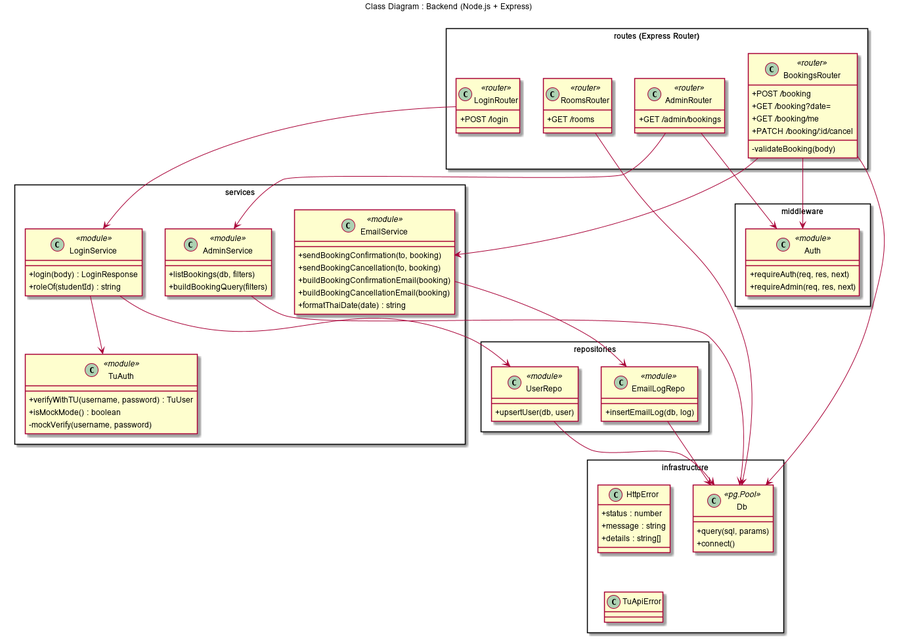
Before: docs/design/class-diagram.png, a diagram exported from PlantUML (niairi/cs261_650001_group8). Its source is kept beside it as docs/design/class-diagram.puml. The source it was exported from:
```plantuml
@startuml
skinparam defaultFontName Loma
skinparam defaultFontSize 12
skinparam classAttributeIconSize 0
skinparam packageStyle rectangle
title Class Diagram : Backend (Node.js + Express)

package "routes (Express Router)" {
  class LoginRouter <<router>> {
    + POST /login
  }
  class RoomsRouter <<router>> {
    + GET /rooms
  }
  class BookingsRouter <<router>> {
    + POST /booking
    + GET /booking?date=
    + GET /booking/me
    + PATCH /booking/:id/cancel
    - validateBooking(body)
  }
  class AdminRouter <<router>> {
    + GET /admin/bookings
  }
}

package "middleware" {
  class Auth <<module>> {
    + requireAuth(req, res, next)
    + requireAdmin(req, res, next)
  }
}

package "services" {
  class LoginService <<module>> {
    + login(body) : LoginResponse
    + roleOf(studentId) : string
  }
  class TuAuth <<module>> {
    + verifyWithTU(username, password) : TuUser
    + isMockMode() : boolean
    - mockVerify(username, password)
  }
  class EmailService <<module>> {
    + sendBookingConfirmation(to, booking)
    + sendBookingCancellation(to, booking)
    + buildBookingConfirmationEmail(booking)
    + buildBookingCancellationEmail(booking)
    + formatThaiDate(date) : string
  }
  class AdminService <<module>> {
    + listBookings(db, filters)
    + buildBookingQuery(filters)
  }
}

package "repositories" {
  class UserRepo <<module>> {
    + upsertUser(db, user)
  }
  class EmailLogRepo <<module>> {
    + insertEmailLog(db, log)
  }
}

package "infrastructure" {
  class Db <<pg.Pool>> {
    + query(sql, params)
    + connect()
  }
  class HttpError {
    + status : number
    + message : string
    + details : string[]
  }
  class TuApiError
}

LoginRouter --> LoginService
LoginService --> TuAuth
LoginService --> UserRepo
BookingsRouter --> Auth
BookingsRouter --> EmailService
BookingsRouter --> Db
RoomsRouter --> Db
AdminRouter --> Auth
AdminRouter --> AdminService
AdminService --> Db
EmailService --> EmailLogRepo
UserRepo --> Db
EmailLogRepo --> Db
HttpError -[hidden]- TuApiError
@enduml
```
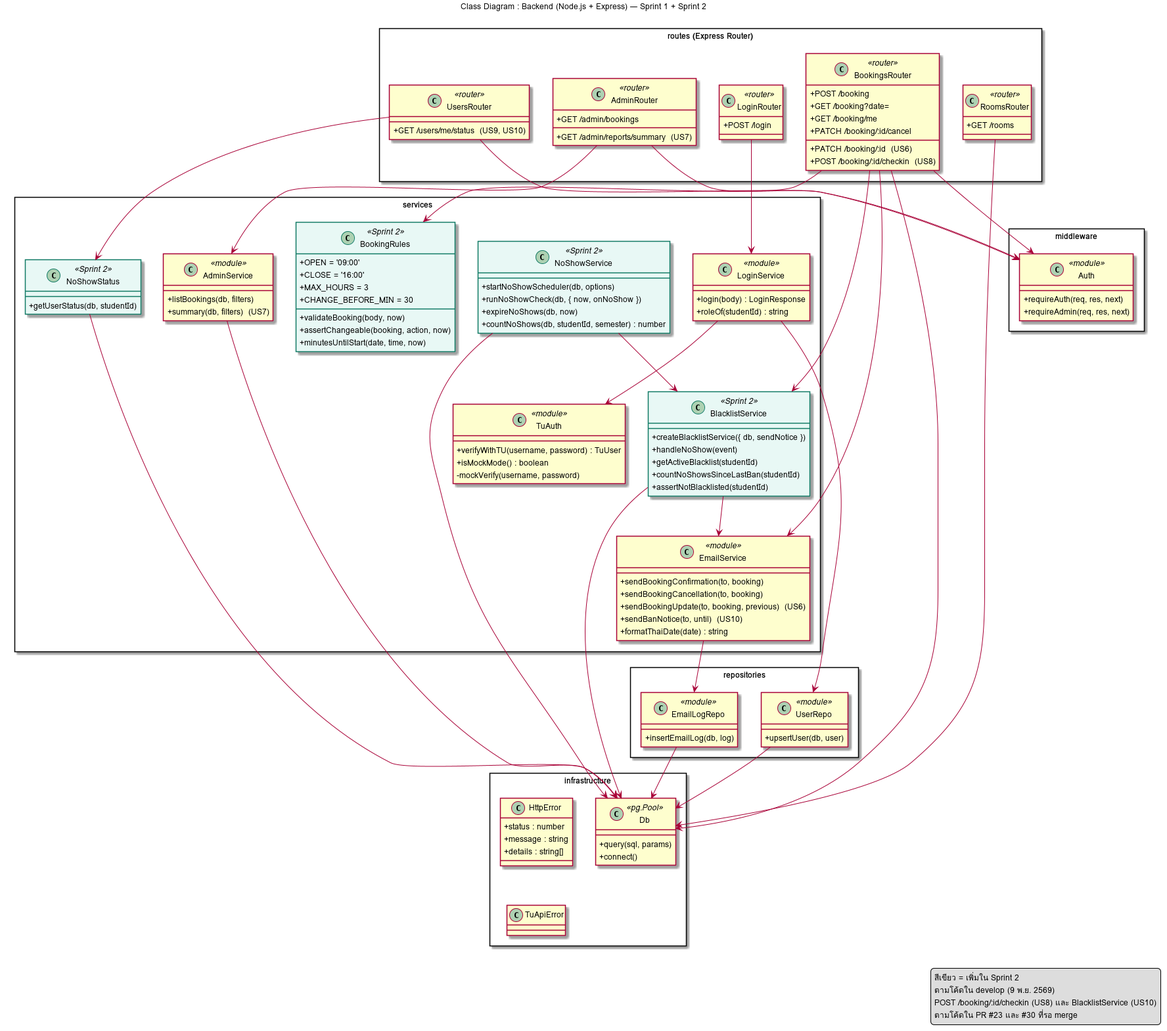
The same diagram one commit later.

Change to the diagram source:
```diff
@@ -3,7 +3,11 @@
 skinparam defaultFontSize 12
 skinparam classAttributeIconSize 0
 skinparam packageStyle rectangle
-title Class Diagram : Backend (Node.js + Express)
+skinparam class {
+  BackgroundColor<<Sprint 2>> #E8F8F5
+  BorderColor<<Sprint 2>> #117A65
+}
+title Class Diagram : Backend (Node.js + Express) — Sprint 1 + Sprint 2
 
 package "routes (Express Router)" {
   class LoginRouter <<router>> {
@@ -17,10 +21,15 @@
     + GET /booking?date=
     + GET /booking/me
     + PATCH /booking/:id/cancel
-    - validateBooking(body)
+    + PATCH /booking/:id  (US6)
+    + POST /booking/:id/checkin  (US8)
+  }
+  class UsersRouter <<router>> {
+    + GET /users/me/status  (US9, US10)
   }
   class AdminRouter <<router>> {
     + GET /admin/bookings
+    + GET /admin/reports/summary  (US7)
   }
 }
 
@@ -41,16 +50,41 @@
     + isMockMode() : boolean
     - mockVerify(username, password)
   }
+  class BookingRules <<Sprint 2>> {
+    + OPEN = '09:00'
+    + CLOSE = '16:00'
+    + MAX_HOURS = 3
+    + CHANGE_BEFORE_MIN = 30
+    + validateBooking(body, now)
+    + assertChangeable(booking, action, now)
+    + minutesUntilStart(date, time, now)
+  }
   class EmailService <<module>> {
     + sendBookingConfirmation(to, booking)
     + sendBookingCancellation(to, booking)
-    + buildBookingConfirmationEmail(booking)
-    + buildBookingCancellationEmail(booking)
+    + sendBookingUpdate(to, booking, previous)  (US6)
+    + sendBanNotice(to, until)  (US10)
     + formatThaiDate(date) : string
   }
   class AdminService <<module>> {
     + listBookings(db, filters)
-    + buildBookingQuery(filters)
+    + summary(db, filters)  (US7)
+  }
+  class NoShowService <<Sprint 2>> {
+    + startNoShowScheduler(db, options)
+    + runNoShowCheck(db, { now, onNoShow })
+    + expireNoShows(db, now)
+    + countNoShows(db, studentId, semester) : number
+  }
+  class NoShowStatus <<Sprint 2>> {
+    + getUserStatus(db, studentId)
+  }
+  class BlacklistService <<Sprint 2>> {
+    + createBlacklistService({ db, sendNotice })
+    + handleNoShow(event)
+    + getActiveBlacklist(studentId)
+    + countNoShowsSinceLastBan(studentId)
+    + assertNotBlacklisted(studentId)
   }
 }
 
@@ -80,14 +114,30 @@
 LoginService --> TuAuth
 LoginService --> UserRepo
 BookingsRouter --> Auth
+BookingsRouter --> BookingRules
+BookingsRouter --> BlacklistService
 BookingsRouter --> EmailService
 BookingsRouter --> Db
 RoomsRouter --> Db
 AdminRouter --> Auth
 AdminRouter --> AdminService
 AdminService --> Db
+UsersRouter --> Auth
+UsersRouter --> NoShowStatus
+NoShowStatus --> Db
+NoShowService --> BlacklistService
+NoShowService --> Db
+BlacklistService --> EmailService
+BlacklistService --> Db
 EmailService --> EmailLogRepo
 UserRepo --> Db
 EmailLogRepo --> Db
 HttpError -[hidden]- TuApiError
+
+legend right
+  สีเขียว = เพิ่มใน Sprint 2
+  ตามโค้ดใน develop (9 พ.ย. 2569)
+  POST /booking/:id/checkin (US8) และ BlacklistService (US10)
+  ตามโค้ดใน PR #23 และ #30 ที่รอ merge
+endlegend
 @enduml
```
